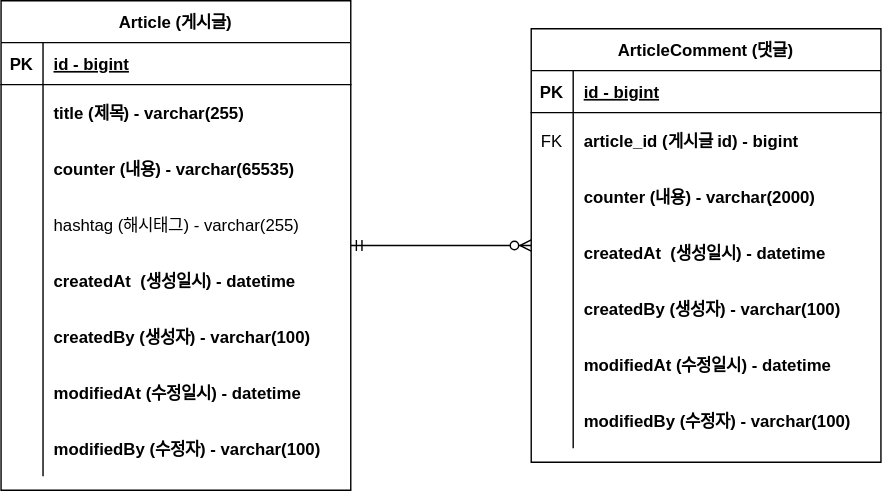
This is usecase/project-board-erd.svg from PLAYseung/project-board, a draw.io export, as it was before one commit. Source tidied: cells renumbered, new cells last; positions are measured from the earlier drawing's top-left corner, leaving out a move shared by most shapes.
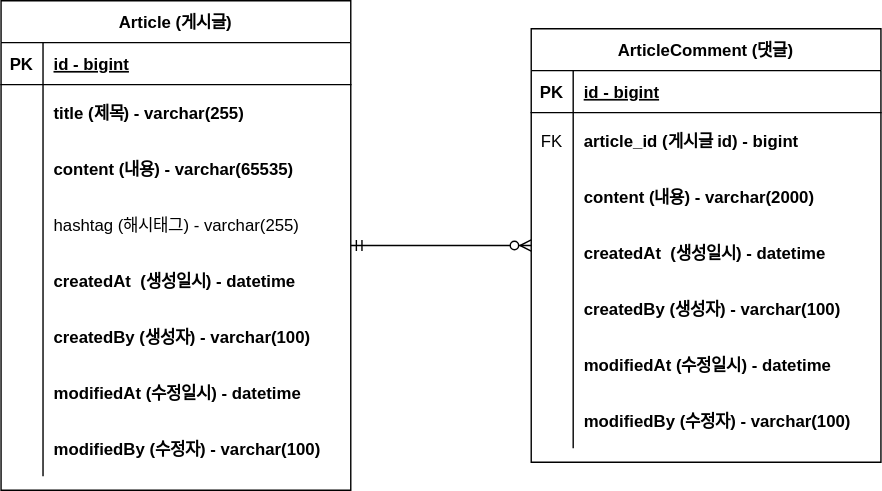
After the commit.

Change to the diagram source:
```diff
@@ -29,7 +29,7 @@
     <mxCell id="10" style="shape=partialRectangle;overflow=hidden;fillColor=none;top=0;left=0;bottom=0;right=0;" parent="9" vertex="1">
       <mxGeometry width="30" height="40" as="geometry" />
     </mxCell>
-    <mxCell id="11" value="counter (내용) - varchar(65535)" style="shape=partialRectangle;overflow=hidden;fillColor=none;top=0;left=0;bottom=0;right=0;align=left;spacingLeft=6;fontStyle=1;" parent="9" vertex="1">
+    <mxCell id="11" value="content (내용) - varchar(65535)" style="shape=partialRectangle;overflow=hidden;fillColor=none;top=0;left=0;bottom=0;right=0;align=left;spacingLeft=6;fontStyle=1;" parent="9" vertex="1">
       <mxGeometry x="30" width="220" height="40" as="geometry" />
     </mxCell>
     <mxCell id="12" style="shape=partialRectangle;fillColor=none;top=0;left=0;right=0;bottom=0;" parent="2" vertex="1">
@@ -104,7 +104,7 @@
     <mxCell id="35" style="shape=partialRectangle;overflow=hidden;fillColor=none;top=0;left=0;bottom=0;right=0;" parent="34" vertex="1">
       <mxGeometry width="30" height="40" as="geometry" />
     </mxCell>
-    <mxCell id="36" value="counter (내용) - varchar(2000)" style="shape=partialRectangle;overflow=hidden;fillColor=none;top=0;left=0;bottom=0;right=0;align=left;spacingLeft=6;fontStyle=1;" parent="34" vertex="1">
+    <mxCell id="36" value="content (내용) - varchar(2000)" style="shape=partialRectangle;overflow=hidden;fillColor=none;top=0;left=0;bottom=0;right=0;align=left;spacingLeft=6;fontStyle=1;" parent="34" vertex="1">
       <mxGeometry x="30" width="220" height="40" as="geometry" />
     </mxCell>
     <mxCell id="37" style="shape=partialRectangle;fillColor=none;top=0;left=0;right=0;bottom=0;" parent="27" vertex="1">
```
